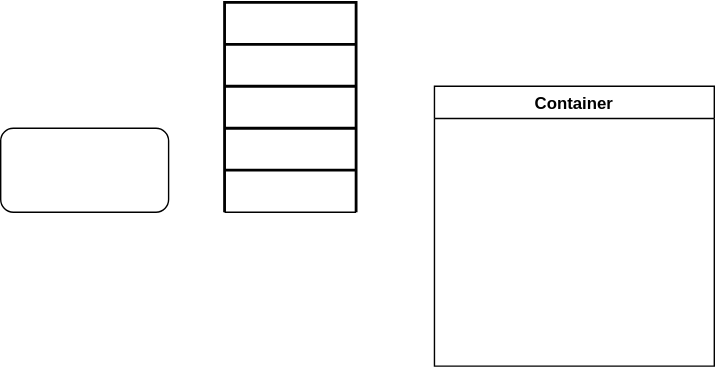
Vexoben/RISCV-CPU-for-Course keeps this draw.io diagram as design.svg. Above is the earlier version. Source tidied: cells renumbered, new cells last; positions are measured from the earlier drawing's top-left corner, leaving out a move shared by most shapes.
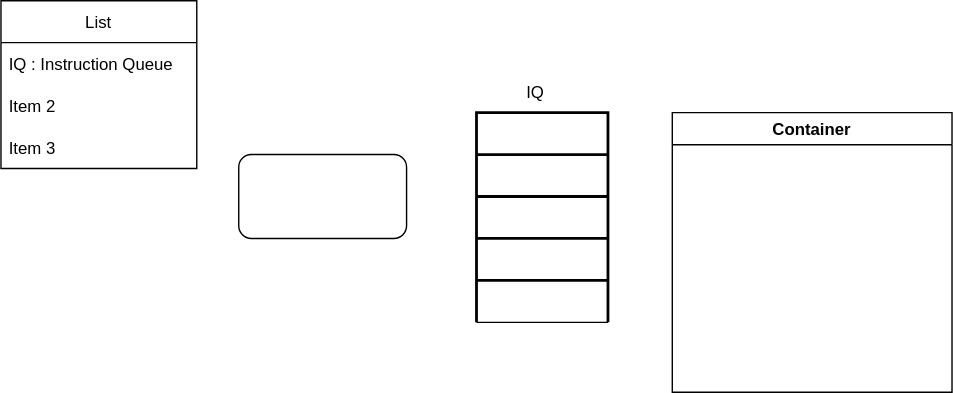
The same diagram one commit later.

Change to the diagram source:
```diff
@@ -6,7 +6,7 @@
       <mxGeometry y="90" width="120" height="60" as="geometry" />
     </mxCell>
     <mxCell id="3" style="strokeWidth=2;html=1;shape=mxgraph.lean_mapping.data_box;html=1;" parent="1" vertex="1">
-      <mxGeometry x="160" width="94" height="150" as="geometry" />
+      <mxGeometry x="170" y="60" width="94" height="150" as="geometry" />
     </mxCell>
     <mxCell id="4" style="text;fontSize=8;spacingLeft=2;verticalAlign=middle;html=1;" parent="3" vertex="1">
       <mxGeometry y="120" width="94" height="30" as="geometry" />
@@ -17,5 +17,20 @@
     <mxCell id="6" value="Container" style="swimlane;" parent="1" vertex="1">
       <mxGeometry x="310" y="60" width="200" height="200" as="geometry" />
     </mxCell>
+    <mxCell id="7" value="IQ" style="text;strokeColor=none;fillColor=none;align=left;verticalAlign=middle;spacingLeft=4;spacingRight=4;overflow=hidden;" parent="1" vertex="1">
+      <mxGeometry x="200" y="30" width="80" height="30" as="geometry" />
+    </mxCell>
+    <mxCell id="8" value="List" style="swimlane;fontStyle=0;horizontal=1;startSize=30;" parent="1" vertex="1">
+      <mxGeometry x="-170" y="-20" width="140" height="120" as="geometry" />
+    </mxCell>
+    <mxCell id="9" value="IQ : Instruction Queue" style="text;strokeColor=none;fillColor=none;align=left;verticalAlign=middle;spacingLeft=4;spacingRight=4;overflow=hidden;" parent="8" vertex="1">
+      <mxGeometry y="30" width="140" height="30" as="geometry" />
+    </mxCell>
+    <mxCell id="10" value="Item 2" style="text;strokeColor=none;fillColor=none;align=left;verticalAlign=middle;spacingLeft=4;spacingRight=4;overflow=hidden;" parent="8" vertex="1">
+      <mxGeometry y="60" width="140" height="30" as="geometry" />
+    </mxCell>
+    <mxCell id="11" value="Item 3" style="text;strokeColor=none;fillColor=none;align=left;verticalAlign=middle;spacingLeft=4;spacingRight=4;overflow=hidden;" parent="8" vertex="1">
+      <mxGeometry y="90" width="140" height="30" as="geometry" />
+    </mxCell>
   </root>
 </mxGraphModel>
```
